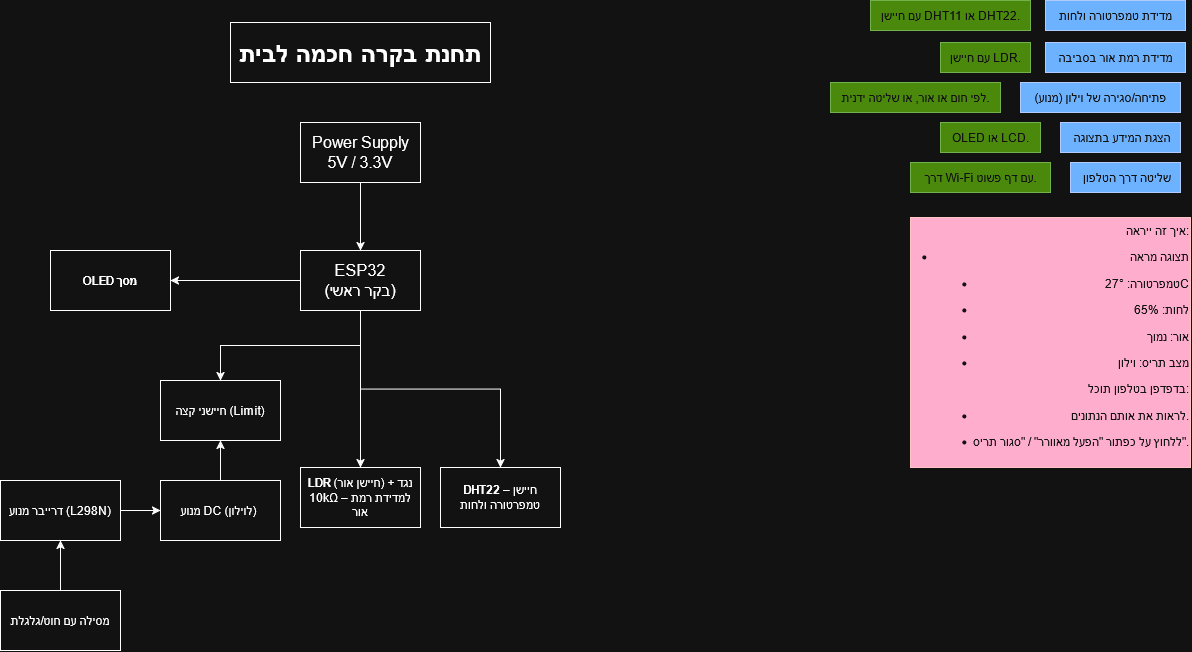
The draw.io diagram MyProjectERD.drawio.png in Michaelmo12/Autonomic_Systems, before a commit. Source tidied: cells renumbered, new cells last; positions are measured from the earlier drawing's top-left corner, leaving out a move shared by most shapes. The source it was exported from:
```xml
<mxGraphModel>
  <root>
    <mxCell id="0" />
    <mxCell id="1" parent="0" />
    <mxCell id="2" value="מדידת טמפרטורה ולחות" style="text;html=1;align=center;verticalAlign=middle;strokeColor=#001DBC;fillColor=#0050ef;fontColor=#ffffff;" parent="1" vertex="1">
      <mxGeometry x="1045" width="140" height="30" as="geometry" />
    </mxCell>
    <mxCell id="3" value="מדידת רמת אור בסביבה" style="text;html=1;align=center;verticalAlign=middle;strokeColor=#001DBC;fillColor=#0050ef;fontColor=#ffffff;" parent="1" vertex="1">
      <mxGeometry x="1045" y="42" width="140" height="30" as="geometry" />
    </mxCell>
    <mxCell id="4" value="פתיחה/סגירה של וילון (מנוע)" style="text;html=1;align=center;verticalAlign=middle;strokeColor=#001DBC;fillColor=#0050ef;fontColor=#ffffff;" parent="1" vertex="1">
      <mxGeometry x="1020" y="82" width="160" height="30" as="geometry" />
    </mxCell>
    <mxCell id="5" value="&amp;nbsp;הצגת המידע בתצוגה" style="text;html=1;align=center;verticalAlign=middle;strokeColor=#001DBC;fillColor=#0050ef;fontColor=#ffffff;" parent="1" vertex="1">
      <mxGeometry x="1060" y="122" width="120" height="30" as="geometry" />
    </mxCell>
    <mxCell id="6" value="&amp;nbsp;שליטה דרך הטלפון" style="text;html=1;align=center;verticalAlign=middle;strokeColor=#001DBC;fillColor=#0050ef;fontColor=#ffffff;" parent="1" vertex="1">
      <mxGeometry x="1070" y="162" width="110" height="30" as="geometry" />
    </mxCell>
    <mxCell id="7" value="עם חיישן DHT11 או DHT22." style="text;html=1;align=center;verticalAlign=middle;strokeColor=#2D7600;fillColor=#60a917;fontColor=#ffffff;" parent="1" vertex="1">
      <mxGeometry x="870" width="160" height="30" as="geometry" />
    </mxCell>
    <mxCell id="8" value="עם חיישן LDR." style="text;html=1;align=center;verticalAlign=middle;strokeColor=#2D7600;fillColor=#60a917;fontColor=#ffffff;" parent="1" vertex="1">
      <mxGeometry x="940" y="42" width="90" height="30" as="geometry" />
    </mxCell>
    <mxCell id="9" value="לפי חום או אור, או שליטה ידנית." style="text;html=1;align=center;verticalAlign=middle;strokeColor=#2D7600;fillColor=#60a917;fontColor=#ffffff;" parent="1" vertex="1">
      <mxGeometry x="830" y="82" width="170" height="30" as="geometry" />
    </mxCell>
    <mxCell id="10" value="OLED או LCD." style="text;html=1;align=center;verticalAlign=middle;strokeColor=#2D7600;fillColor=#60a917;fontColor=#ffffff;" parent="1" vertex="1">
      <mxGeometry x="940" y="122" width="100" height="30" as="geometry" />
    </mxCell>
    <mxCell id="11" value="דרך Wi-Fi עם דף פשוט." style="text;html=1;align=center;verticalAlign=middle;strokeColor=#2D7600;fillColor=#60a917;fontColor=#ffffff;" parent="1" vertex="1">
      <mxGeometry x="910" y="162" width="140" height="30" as="geometry" />
    </mxCell>
    <mxCell id="12" value="&lt;div align=&quot;right&quot;&gt;&amp;nbsp;איך זה ייראה:&lt;li&gt;&lt;p&gt;תצוגה מראה&lt;/p&gt;&lt;ul&gt;&lt;li&gt;&lt;p&gt;טמפרטורה: 27°C&lt;/p&gt;&lt;/li&gt;&lt;li&gt;&lt;p&gt;לחות: 65%&lt;/p&gt;&lt;/li&gt;&lt;li&gt;&lt;p&gt;אור: נמוך&lt;/p&gt;&lt;/li&gt;&lt;li&gt;&lt;p&gt;מצב תריס: וילון&lt;/p&gt;&lt;/li&gt;&lt;/ul&gt;&lt;p&gt;בדפדפן בטלפון תוכל:&lt;/p&gt;&lt;ul&gt;&lt;li&gt;&lt;p&gt;לראות את אותם הנתונים.&lt;/p&gt;&lt;/li&gt;&lt;li&gt;&lt;p&gt;ללחוץ על כפתור &quot;הפעל מאוורר&quot; / &quot;סגור תריס&quot;.&lt;/p&gt;&lt;/li&gt;&lt;/ul&gt;&lt;/li&gt;&lt;/div&gt;" style="text;html=1;align=right;verticalAlign=middle;strokeColor=#6F0000;fillColor=#a20025;fontColor=#ffffff;" parent="1" vertex="1">
      <mxGeometry x="910" y="217" width="280" height="250" as="geometry" />
    </mxCell>
    <mxCell id="13" value="&lt;h1&gt;&lt;b&gt;תחנת בקרה חכמה לבית&lt;/b&gt;&lt;/h1&gt;" style="rounded=0;whiteSpace=wrap;html=1;" parent="1" vertex="1">
      <mxGeometry x="230" y="22" width="260" height="60" as="geometry" />
    </mxCell>
    <mxCell id="14" style="edgeStyle=orthogonalEdgeStyle;rounded=0;jettySize=auto;html=1;exitX=0.5;exitY=1;exitDx=0;exitDy=0;entryX=0.5;entryY=0;entryDx=0;entryDy=0;" parent="1" edge="1" source="15" target="20">
      <mxGeometry relative="1" as="geometry" />
    </mxCell>
    <mxCell id="15" value="&lt;font style=&quot;font-size: 16px;&quot;&gt;Power Supply&lt;br&gt;5V / 3.3V&lt;/font&gt;" style="rounded=0;whiteSpace=wrap;html=1;" parent="1" vertex="1">
      <mxGeometry x="300" y="122" width="120" height="60" as="geometry" />
    </mxCell>
    <mxCell id="16" style="edgeStyle=orthogonalEdgeStyle;rounded=0;jettySize=auto;html=1;exitX=0;exitY=0.5;exitDx=0;exitDy=0;entryX=1;entryY=0.5;entryDx=0;entryDy=0;" parent="1" edge="1" source="20" target="21">
      <mxGeometry relative="1" as="geometry" />
    </mxCell>
    <mxCell id="17" style="edgeStyle=orthogonalEdgeStyle;rounded=0;jettySize=auto;html=1;exitX=0.5;exitY=1;exitDx=0;exitDy=0;entryX=0.5;entryY=0;entryDx=0;entryDy=0;" parent="1" edge="1" source="20" target="22">
      <mxGeometry relative="1" as="geometry" />
    </mxCell>
    <mxCell id="18" style="edgeStyle=orthogonalEdgeStyle;rounded=0;jettySize=auto;html=1;exitX=0.5;exitY=1;exitDx=0;exitDy=0;entryX=0.5;entryY=0;entryDx=0;entryDy=0;" parent="1" edge="1" source="20" target="23">
      <mxGeometry relative="1" as="geometry" />
    </mxCell>
    <mxCell id="19" style="edgeStyle=orthogonalEdgeStyle;rounded=0;jettySize=auto;html=1;exitX=0.5;exitY=1;exitDx=0;exitDy=0;entryX=0.5;entryY=0;entryDx=0;entryDy=0;" parent="1" edge="1" source="20" target="30">
      <mxGeometry relative="1" as="geometry" />
    </mxCell>
    <mxCell id="20" value="&lt;font style=&quot;font-size: 16px;&quot;&gt;ESP32&lt;/font&gt;&lt;div&gt;&lt;font style=&quot;font-size: 16px;&quot;&gt;(בקר ראשי)&lt;/font&gt;&lt;/div&gt;" style="rounded=0;whiteSpace=wrap;html=1;" parent="1" vertex="1">
      <mxGeometry x="300" y="250" width="120" height="60" as="geometry" />
    </mxCell>
    <mxCell id="21" value="&lt;br&gt;&lt;strong&gt;OLED מסך&lt;/strong&gt;&lt;div&gt;&lt;br/&gt;&lt;/div&gt;" style="rounded=0;whiteSpace=wrap;html=1;" parent="1" vertex="1">
      <mxGeometry x="50" y="250" width="120" height="60" as="geometry" />
    </mxCell>
    <mxCell id="22" value="&lt;strong&gt;DHT22&lt;/strong&gt; – חיישן טמפרטורה ולחות" style="rounded=0;whiteSpace=wrap;html=1;" parent="1" vertex="1">
      <mxGeometry x="440" y="467" width="120" height="60" as="geometry" />
    </mxCell>
    <mxCell id="23" value="&lt;strong&gt;LDR&lt;/strong&gt; (חיישן אור) + נגד 10kΩ – למדידת רמת אור" style="rounded=0;whiteSpace=wrap;html=1;" parent="1" vertex="1">
      <mxGeometry x="300" y="467" width="120" height="60" as="geometry" />
    </mxCell>
    <mxCell id="24" style="edgeStyle=orthogonalEdgeStyle;rounded=0;jettySize=auto;html=1;exitX=1;exitY=0.5;exitDx=0;exitDy=0;entryX=0;entryY=0.5;entryDx=0;entryDy=0;" parent="1" edge="1" source="25" target="27">
      <mxGeometry relative="1" as="geometry" />
    </mxCell>
    <mxCell id="25" value="דרייבר מנוע (L298N)" style="rounded=0;whiteSpace=wrap;html=1;" parent="1" vertex="1">
      <mxGeometry y="480" width="120" height="60" as="geometry" />
    </mxCell>
    <mxCell id="26" style="edgeStyle=orthogonalEdgeStyle;rounded=0;jettySize=auto;html=1;exitX=0.5;exitY=0;exitDx=0;exitDy=0;entryX=0.5;entryY=1;entryDx=0;entryDy=0;" parent="1" edge="1" source="27" target="30">
      <mxGeometry relative="1" as="geometry" />
    </mxCell>
    <mxCell id="27" value="מנוע DC (לוילון)&amp;nbsp;" style="rounded=0;whiteSpace=wrap;html=1;" parent="1" vertex="1">
      <mxGeometry x="160" y="480" width="120" height="60" as="geometry" />
    </mxCell>
    <mxCell id="28" style="edgeStyle=orthogonalEdgeStyle;rounded=0;jettySize=auto;html=1;exitX=0.5;exitY=0;exitDx=0;exitDy=0;entryX=0.5;entryY=1;entryDx=0;entryDy=0;" parent="1" edge="1" source="29" target="25">
      <mxGeometry relative="1" as="geometry" />
    </mxCell>
    <mxCell id="29" value="מסילה עם חוט/גלגלת" style="rounded=0;whiteSpace=wrap;html=1;" parent="1" vertex="1">
      <mxGeometry y="590" width="120" height="60" as="geometry" />
    </mxCell>
    <mxCell id="30" value="חיישני קצה (Limit)" style="rounded=0;whiteSpace=wrap;html=1;" parent="1" vertex="1">
      <mxGeometry x="160" y="380" width="120" height="60" as="geometry" />
    </mxCell>
  </root>
</mxGraphModel>
```
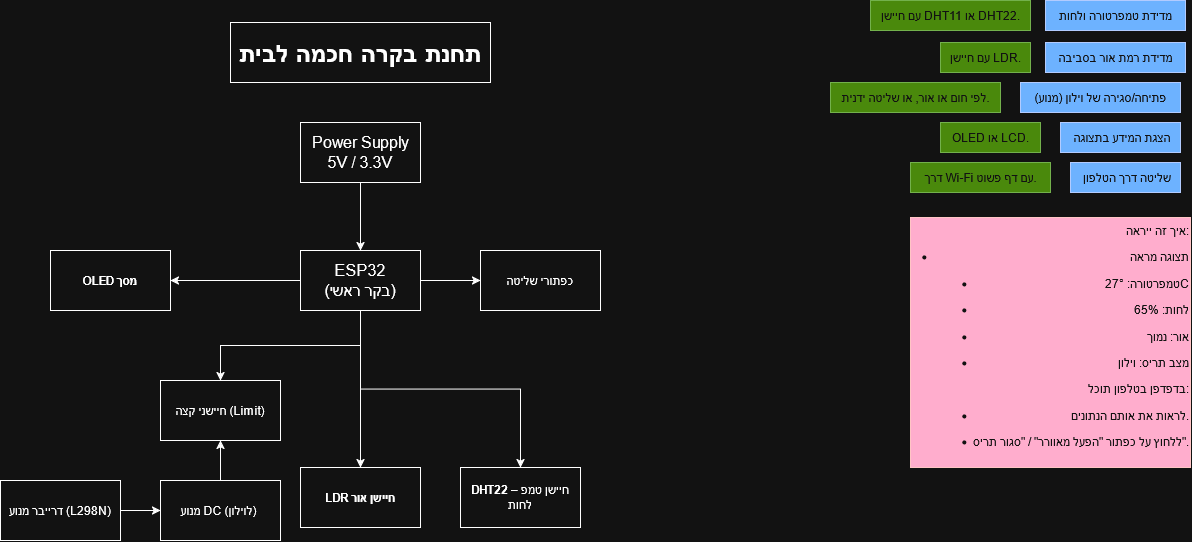
The same file after the commit.

What changed in the source:
```diff
@@ -56,16 +56,19 @@
     <mxCell id="19" style="edgeStyle=orthogonalEdgeStyle;rounded=0;jettySize=auto;html=1;exitX=0.5;exitY=1;exitDx=0;exitDy=0;entryX=0.5;entryY=0;entryDx=0;entryDy=0;" parent="1" edge="1" source="20" target="30">
       <mxGeometry relative="1" as="geometry" />
     </mxCell>
+    <mxCell id="31" style="edgeStyle=orthogonalEdgeStyle;rounded=0;jettySize=auto;html=1;exitX=1;exitY=0.5;exitDx=0;exitDy=0;entryX=0;entryY=0.5;entryDx=0;entryDy=0;" parent="1" edge="1" source="20" target="32">
+      <mxGeometry relative="1" as="geometry" />
+    </mxCell>
     <mxCell id="20" value="&lt;font style=&quot;font-size: 16px;&quot;&gt;ESP32&lt;/font&gt;&lt;div&gt;&lt;font style=&quot;font-size: 16px;&quot;&gt;(בקר ראשי)&lt;/font&gt;&lt;/div&gt;" style="rounded=0;whiteSpace=wrap;html=1;" parent="1" vertex="1">
       <mxGeometry x="300" y="250" width="120" height="60" as="geometry" />
     </mxCell>
     <mxCell id="21" value="&lt;br&gt;&lt;strong&gt;OLED מסך&lt;/strong&gt;&lt;div&gt;&lt;br/&gt;&lt;/div&gt;" style="rounded=0;whiteSpace=wrap;html=1;" parent="1" vertex="1">
       <mxGeometry x="50" y="250" width="120" height="60" as="geometry" />
     </mxCell>
-    <mxCell id="22" value="&lt;strong&gt;DHT22&lt;/strong&gt; – חיישן טמפרטורה ולחות" style="rounded=0;whiteSpace=wrap;html=1;" parent="1" vertex="1">
-      <mxGeometry x="440" y="467" width="120" height="60" as="geometry" />
+    <mxCell id="22" value="&lt;strong&gt;DHT22&lt;/strong&gt; – חיישן טמפ לחות" style="rounded=0;whiteSpace=wrap;html=1;" parent="1" vertex="1">
+      <mxGeometry x="460" y="467" width="120" height="60" as="geometry" />
     </mxCell>
-    <mxCell id="23" value="&lt;strong&gt;LDR&lt;/strong&gt; (חיישן אור) + נגד 10kΩ – למדידת רמת אור" style="rounded=0;whiteSpace=wrap;html=1;" parent="1" vertex="1">
+    <mxCell id="23" value="&lt;strong&gt;LDR חיישן אור&lt;/strong&gt;" style="rounded=0;whiteSpace=wrap;html=1;" parent="1" vertex="1">
       <mxGeometry x="300" y="467" width="120" height="60" as="geometry" />
     </mxCell>
     <mxCell id="24" style="edgeStyle=orthogonalEdgeStyle;rounded=0;jettySize=auto;html=1;exitX=1;exitY=0.5;exitDx=0;exitDy=0;entryX=0;entryY=0.5;entryDx=0;entryDy=0;" parent="1" edge="1" source="25" target="27">
@@ -80,14 +83,11 @@
     <mxCell id="27" value="מנוע DC (לוילון)&amp;nbsp;" style="rounded=0;whiteSpace=wrap;html=1;" parent="1" vertex="1">
       <mxGeometry x="160" y="480" width="120" height="60" as="geometry" />
     </mxCell>
-    <mxCell id="28" style="edgeStyle=orthogonalEdgeStyle;rounded=0;jettySize=auto;html=1;exitX=0.5;exitY=0;exitDx=0;exitDy=0;entryX=0.5;entryY=1;entryDx=0;entryDy=0;" parent="1" edge="1" source="29" target="25">
-      <mxGeometry relative="1" as="geometry" />
-    </mxCell>
-    <mxCell id="29" value="מסילה עם חוט/גלגלת" style="rounded=0;whiteSpace=wrap;html=1;" parent="1" vertex="1">
-      <mxGeometry y="590" width="120" height="60" as="geometry" />
-    </mxCell>
     <mxCell id="30" value="חיישני קצה (Limit)" style="rounded=0;whiteSpace=wrap;html=1;" parent="1" vertex="1">
       <mxGeometry x="160" y="380" width="120" height="60" as="geometry" />
     </mxCell>
+    <mxCell id="32" value="כפתורי שליטה" style="rounded=0;whiteSpace=wrap;html=1;" parent="1" vertex="1">
+      <mxGeometry x="480" y="250" width="120" height="60" as="geometry" />
+    </mxCell>
   </root>
 </mxGraphModel>
```
